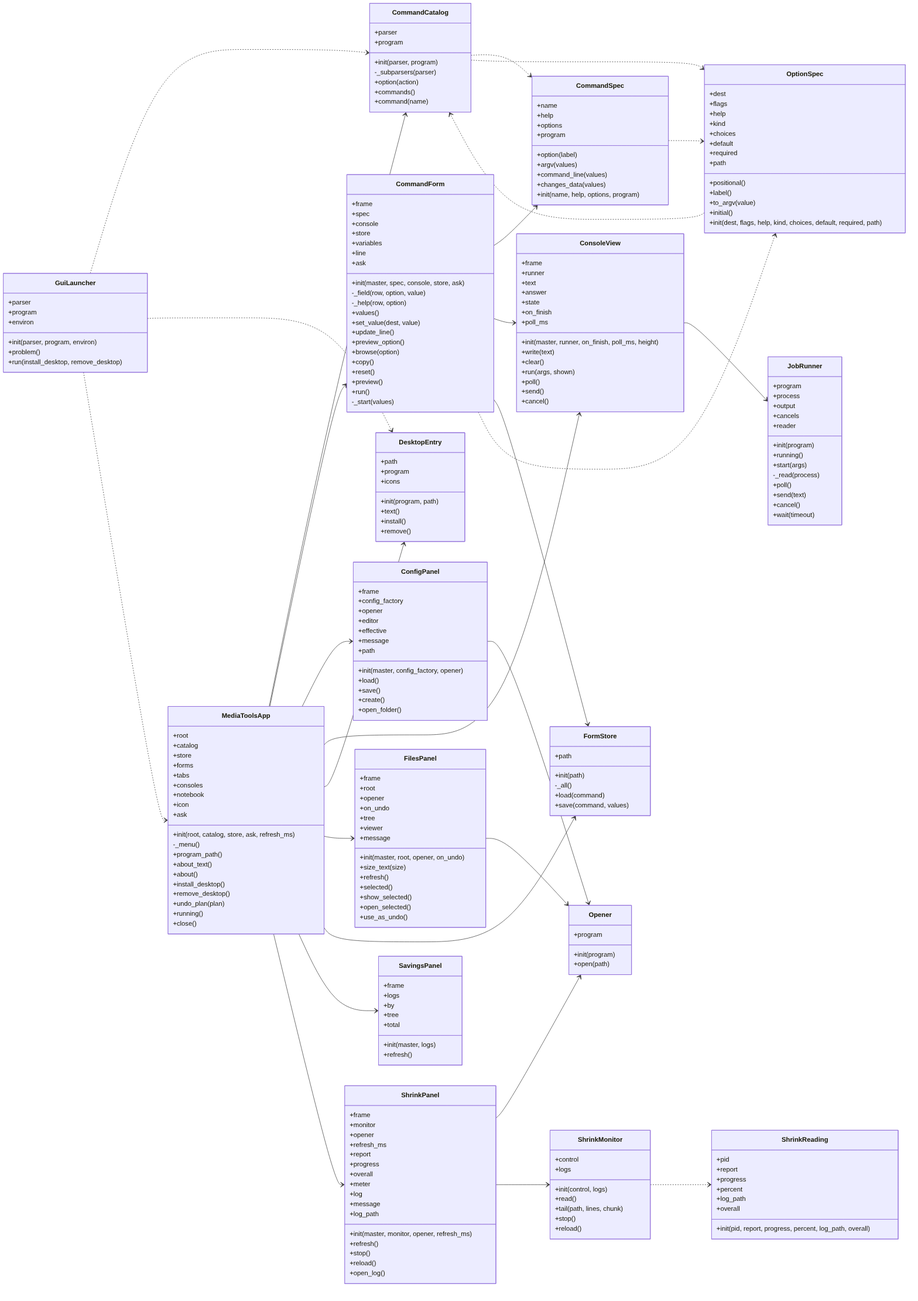
Earlier version of the Mermaid export docs/img/uml_gui.png (peddanet/mediatools). Its source is kept beside it as docs/img/uml_gui.mmd.
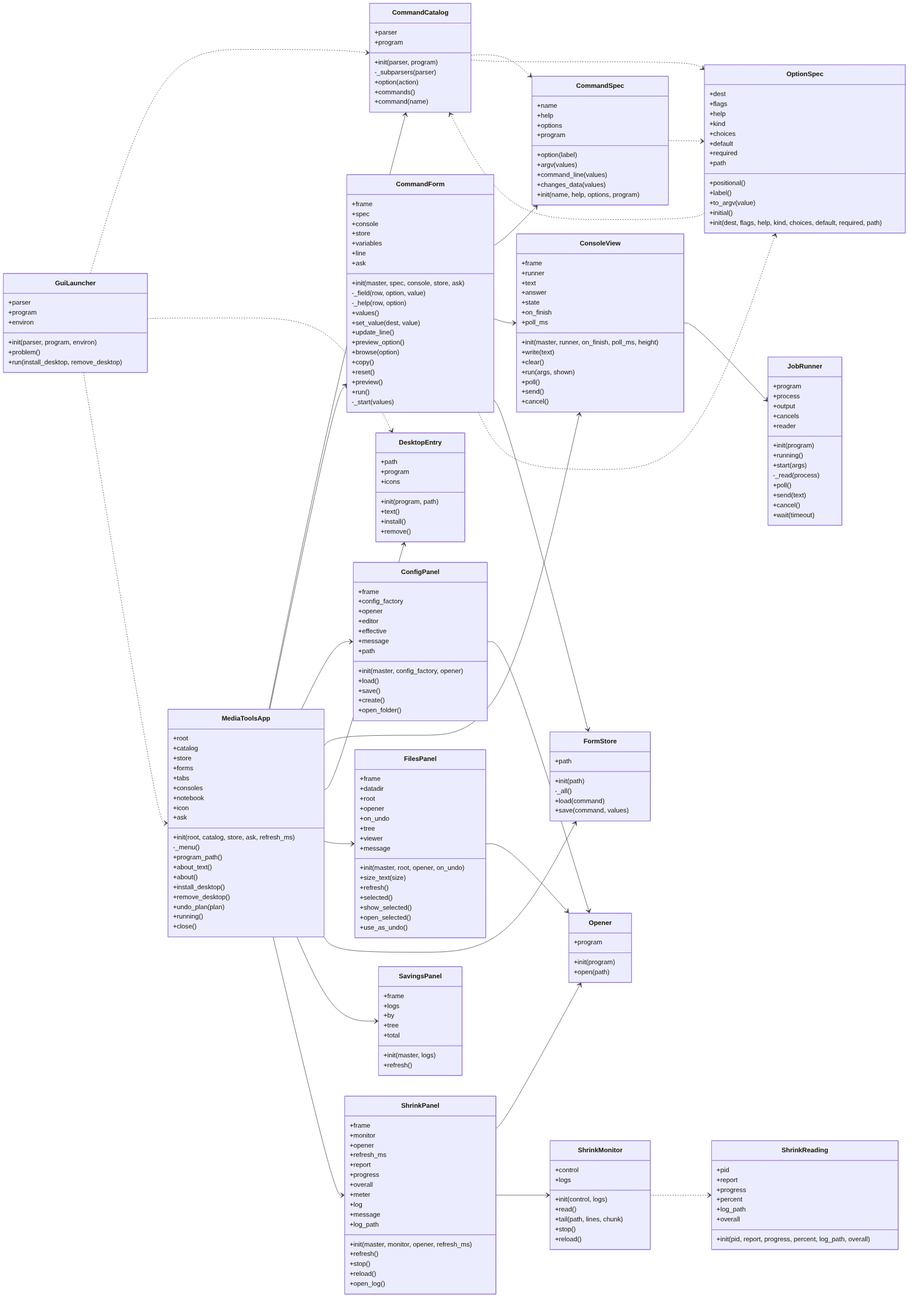
Later version of the same file.

Diff of the diagram source:
```diff
@@ -104,6 +104,7 @@
   }
   class FilesPanel {
     +frame
+    +datadir
     +root
     +opener
     +on_undo
```
